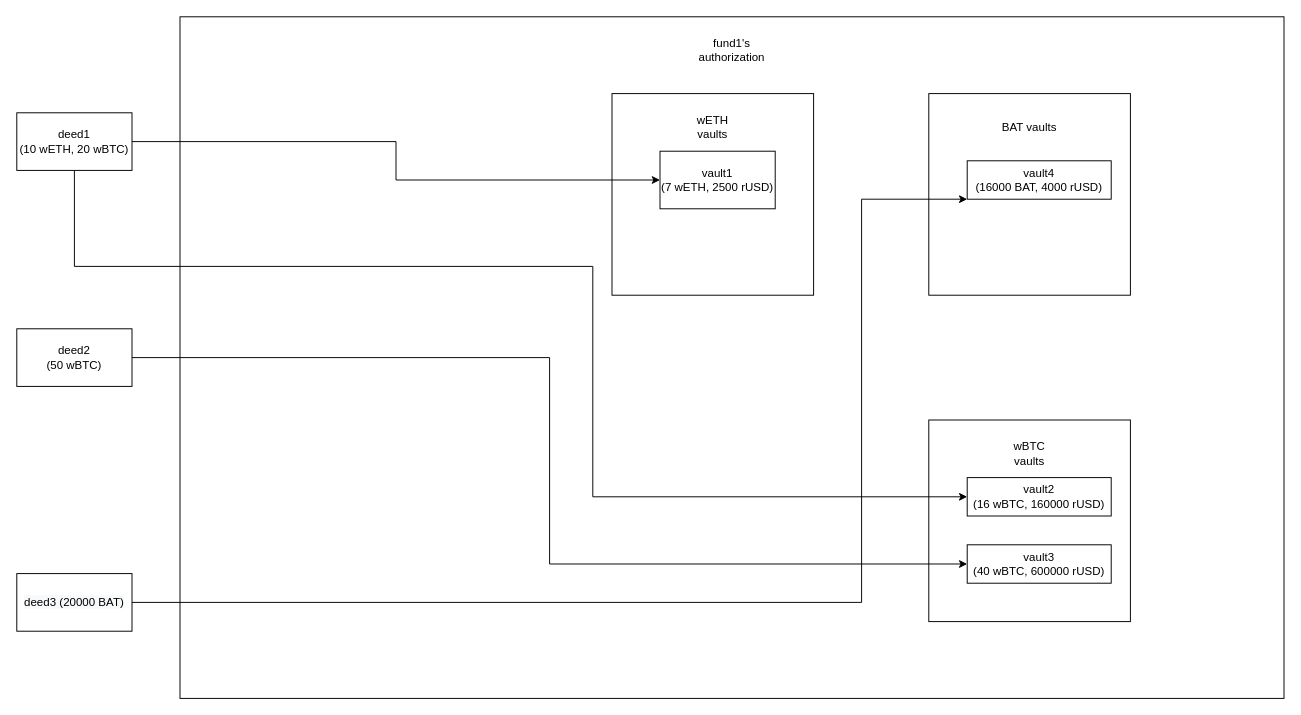
Earlier version of the draw.io diagram page "liquidation" (5 of 5) of maps/account-fund-vSIP.drawio (exp7l/resilience). Source tidied: cells renumbered, new cells numbered last; positions are measured from the earlier drawing's top-left corner, leaving out a move shared by most shapes. Both pictures are drawn from the tidied source at 96%, with x=0, y=0 at pixel (16, 16).
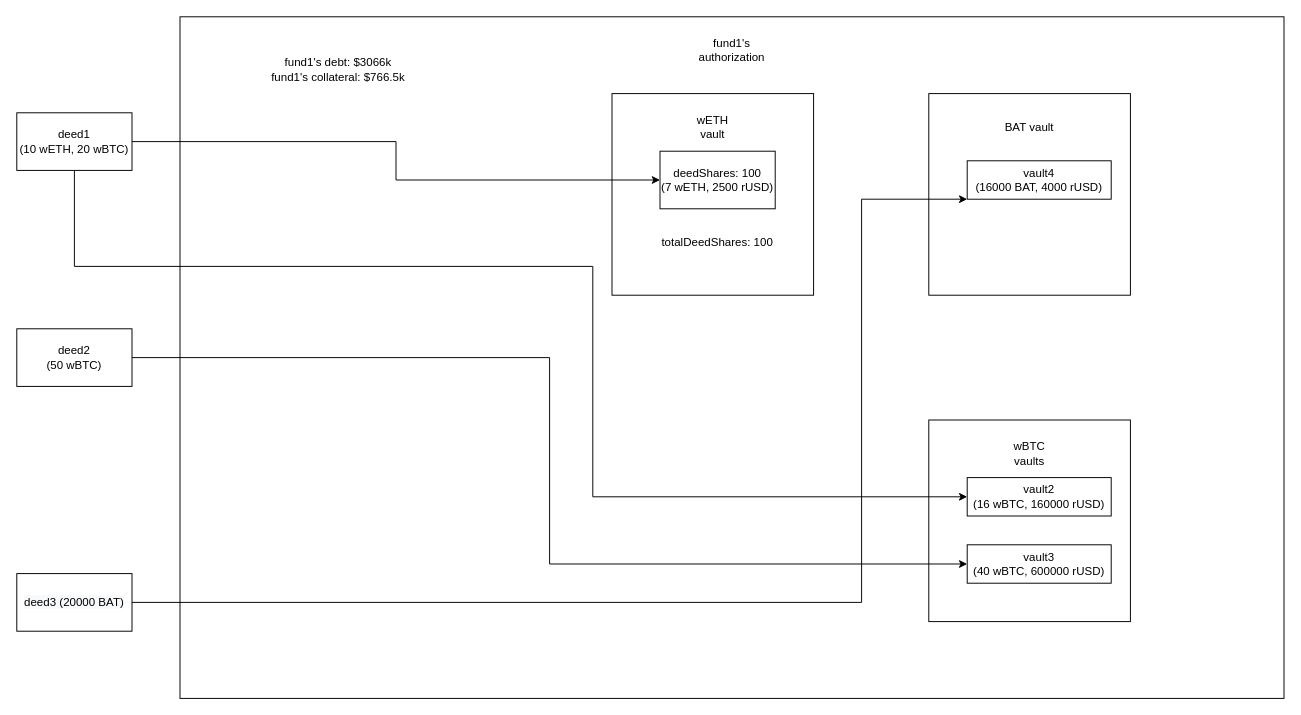
The same diagram, later.

Change to the diagram source:
```diff
@@
-    <mxCell id="7" value="wETH vaults" style="text;html=1;strokeColor=none;fillColor=none;align=center;verticalAlign=middle;whiteSpace=wrap;rounded=0;" parent="1" vertex="1">
+    <mxCell id="7" value="wETH vault" style="text;html=1;strokeColor=none;fillColor=none;align=center;verticalAlign=middle;whiteSpace=wrap;rounded=0;" parent="1" vertex="1">
       <mxGeometry x="695" y="100" width="60" height="30" as="geometry" />
     </mxCell>
-    <mxCell id="8" value="BAT vaults" style="text;html=1;strokeColor=none;fillColor=none;align=center;verticalAlign=middle;whiteSpace=wrap;rounded=0;" parent="1" vertex="1">
+    <mxCell id="8" value="BAT vault" style="text;html=1;strokeColor=none;fillColor=none;align=center;verticalAlign=middle;whiteSpace=wrap;rounded=0;" parent="1" vertex="1">
       <mxGeometry x="1025" y="100" width="60" height="30" as="geometry" />
     </mxCell>
@@
-    <mxCell id="17" value="vault1&lt;br&gt;(7 wETH, 2500 rUSD)" style="rounded=0;whiteSpace=wrap;html=1;" parent="1" vertex="1">
+    <mxCell id="17" value="deedShares: 100&lt;br&gt;(7 wETH, 2500 rUSD)" style="rounded=0;whiteSpace=wrap;html=1;" parent="1" vertex="1">
       <mxGeometry x="670" y="140" width="120" height="60" as="geometry" />
     </mxCell>
@@
+    <mxCell id="21" value="fund1's debt: $3066k&lt;br&gt;fund1's collateral: $766.5k" style="text;html=1;strokeColor=none;fillColor=none;align=center;verticalAlign=middle;whiteSpace=wrap;rounded=0;" parent="1" vertex="1">
+      <mxGeometry x="210" y="40" width="250" height="30" as="geometry" />
+    </mxCell>
+    <mxCell id="22" value="totalDeedShares: 100" style="text;html=1;strokeColor=none;fillColor=none;align=center;verticalAlign=middle;whiteSpace=wrap;rounded=0;" parent="1" vertex="1">
+      <mxGeometry x="666.2" y="220" width="127.5" height="30" as="geometry" />
+    </mxCell>
```
